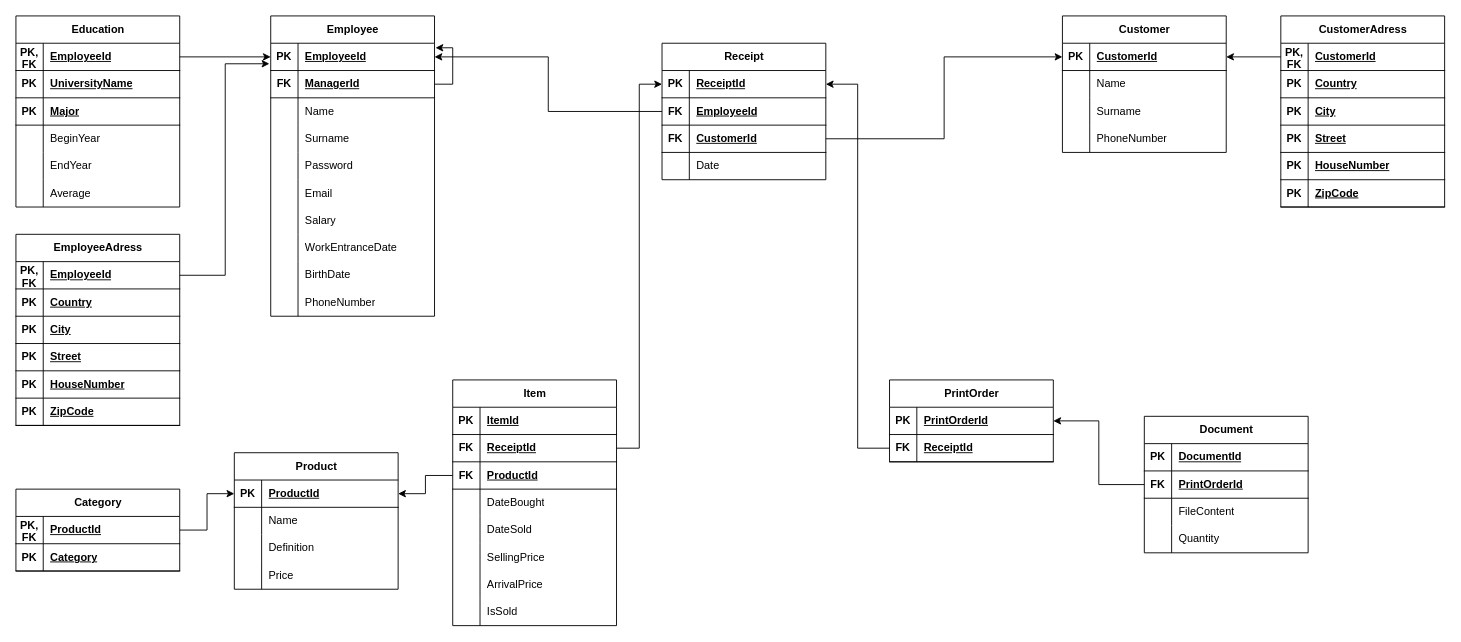
The draw.io diagram temp.drawio in yigittuncer07/ali_abi_shop, before the edit. Source tidied: cells renumbered, new cells numbered last; positions are measured from the earlier drawing's top-left corner, leaving out a move shared by most shapes. Both pictures are drawn from the tidied source at 91%, with x=0, y=0 at pixel (15, 15).
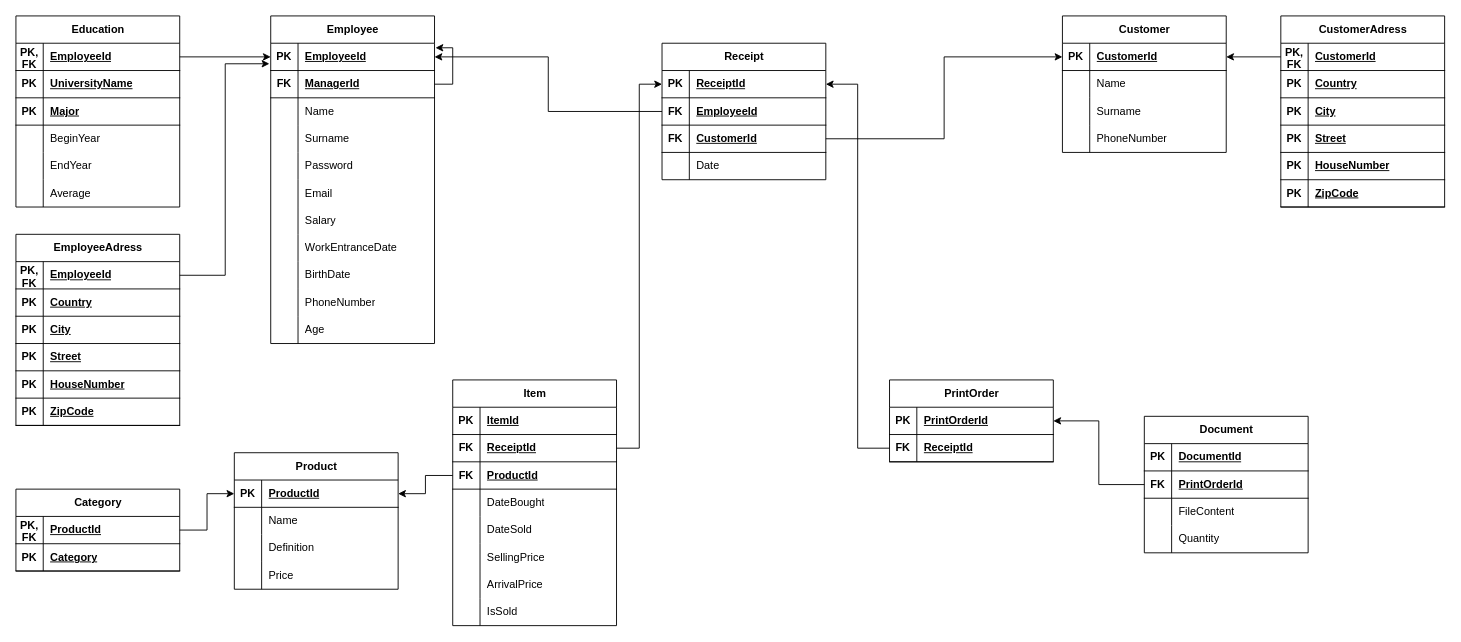
After the change.

What changed in the source:
```diff
@@
     <mxCell id="66" value="Employee" style="shape=table;startSize=30;childLayout=tableLayout;rowLines=0;fontStyle=1;align=center;html=1;" parent="1" vertex="1">
-      <mxGeometry x="280" width="180" height="330" as="geometry" />
+      <mxGeometry x="280" width="180" height="360" as="geometry" />
     </mxCell>
@@
+    <mxCell id="192" style="shape=tableRow;horizontal=0;startSize=0;swimlaneHead=0;swimlaneBody=0;fillColor=none;top=0;left=0;right=0;bottom=0;" parent="66" vertex="1">
+      <mxGeometry y="330" width="180" height="30" as="geometry" />
+    </mxCell>
+    <mxCell id="193" style="shape=partialRectangle;fillColor=none;top=0;left=0;bottom=0;right=0;overflow=hidden;whiteSpace=wrap;html=1;" parent="192" vertex="1">
+      <mxGeometry width="30" height="30" as="geometry" />
+    </mxCell>
+    <mxCell id="194" value="Age" style="shape=partialRectangle;fillColor=none;top=0;left=0;bottom=0;right=0;align=left;spacingLeft=6;overflow=hidden;whiteSpace=wrap;html=1;" parent="192" vertex="1">
+      <mxGeometry x="30" width="150" height="30" as="geometry" />
+    </mxCell>
```
